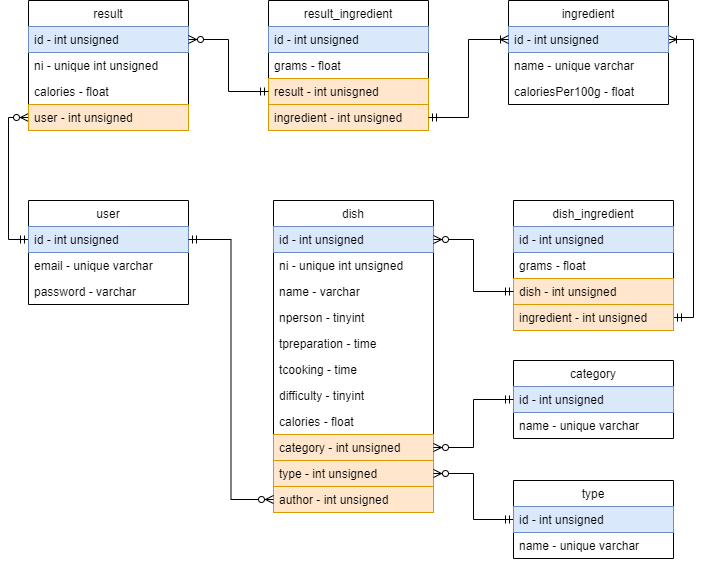
Earlier version of the draw.io export Documentation/mld.png (DrSouka/DishCC). Source tidied: cells renumbered, new cells last; positions are measured from the earlier drawing's top-left corner, leaving out a move shared by most shapes.
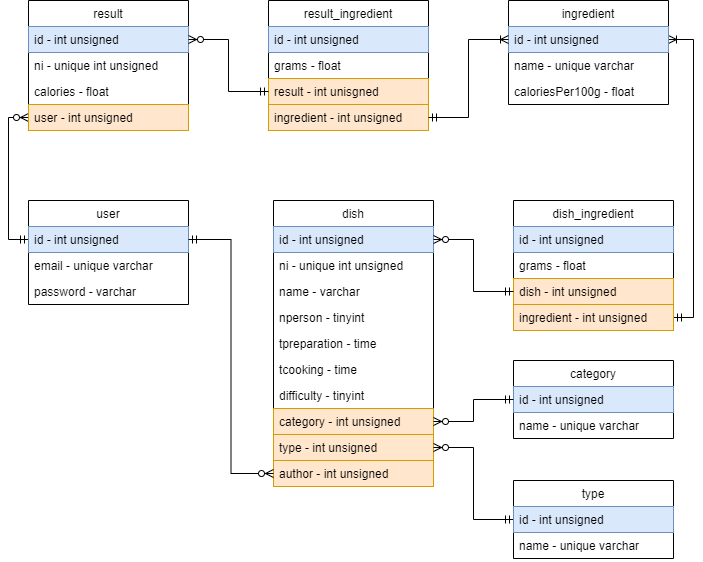
After the commit.

Diff of the diagram source:
```diff
@@ -69,7 +69,7 @@
       <mxGeometry y="78" width="160" height="26" as="geometry" />
     </mxCell>
     <mxCell id="24" value="dish" style="swimlane;fontStyle=0;horizontal=1;startSize=26;fillColor=none;" parent="1" vertex="1">
-      <mxGeometry x="245" y="200" width="160" height="312" as="geometry" />
+      <mxGeometry x="245" y="200" width="160" height="286" as="geometry" />
     </mxCell>
     <mxCell id="25" value="id - int unsigned" style="text;strokeColor=#6c8ebf;fillColor=#dae8fc;align=left;verticalAlign=top;spacingLeft=4;spacingRight=4;overflow=hidden;points=[[0,0.5],[1,0.5]];portConstraint=eastwest;" parent="24" vertex="1">
       <mxGeometry y="26" width="160" height="26" as="geometry" />
@@ -92,17 +92,14 @@
     <mxCell id="31" value="difficulty - tinyint" style="text;strokeColor=none;fillColor=none;align=left;verticalAlign=top;spacingLeft=4;spacingRight=4;overflow=hidden;" parent="24" vertex="1">
       <mxGeometry y="182" width="160" height="26" as="geometry" />
     </mxCell>
-    <mxCell id="32" value="calories - float" style="text;strokeColor=none;fillColor=none;align=left;verticalAlign=top;spacingLeft=4;spacingRight=4;overflow=hidden;" parent="24" vertex="1">
-      <mxGeometry y="208" width="160" height="26" as="geometry" />
-    </mxCell>
     <mxCell id="33" value="category - int unsigned" style="text;strokeColor=#d79b00;fillColor=#ffe6cc;align=left;verticalAlign=top;spacingLeft=4;spacingRight=4;overflow=hidden;points=[[0,0.5],[1,0.5]];portConstraint=eastwest;" parent="24" vertex="1">
-      <mxGeometry y="234" width="160" height="26" as="geometry" />
+      <mxGeometry y="208" width="160" height="26" as="geometry" />
     </mxCell>
     <mxCell id="34" value="type - int unsigned" style="text;strokeColor=#d79b00;fillColor=#ffe6cc;align=left;verticalAlign=top;spacingLeft=4;spacingRight=4;overflow=hidden;points=[[0,0.5],[1,0.5]];portConstraint=eastwest;" parent="24" vertex="1">
-      <mxGeometry y="260" width="160" height="26" as="geometry" />
+      <mxGeometry y="234" width="160" height="26" as="geometry" />
     </mxCell>
     <mxCell id="35" value="author - int unsigned" style="text;strokeColor=#d79b00;fillColor=#ffe6cc;align=left;verticalAlign=top;spacingLeft=4;spacingRight=4;overflow=hidden;points=[[0,0.5],[1,0.5]];portConstraint=eastwest;" parent="24" vertex="1">
-      <mxGeometry y="286" width="160" height="26" as="geometry" />
+      <mxGeometry y="260" width="160" height="26" as="geometry" />
     </mxCell>
     <mxCell id="36" value="dish_ingredient" style="swimlane;fontStyle=0;horizontal=1;startSize=26;fillColor=none;" parent="1" vertex="1">
       <mxGeometry x="485" y="200" width="160" height="130" as="geometry" />
```
